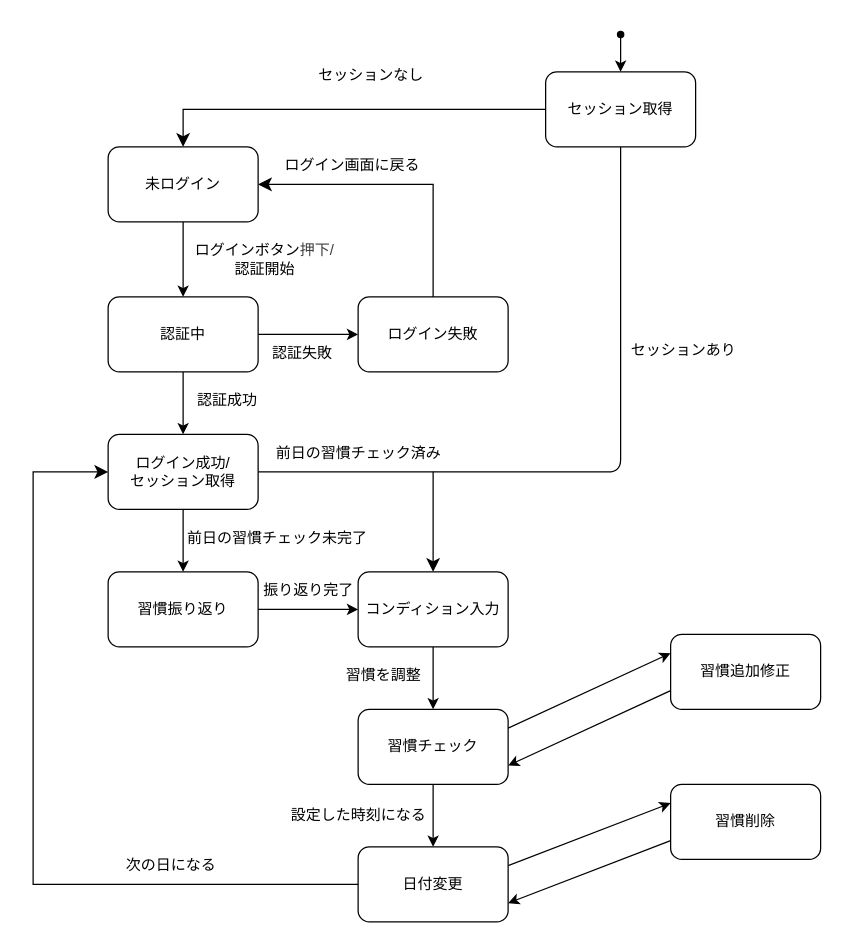
Moku3956/daily-routine keeps this draw.io diagram as docs/state.drawio. Above is the earlier version. Source tidied: cells renumbered, new cells numbered last; positions are measured from the earlier drawing's top-left corner, leaving out a move shared by most shapes. Both pictures are drawn from the tidied source at 125%, with x=0, y=0 at pixel (32, 21).
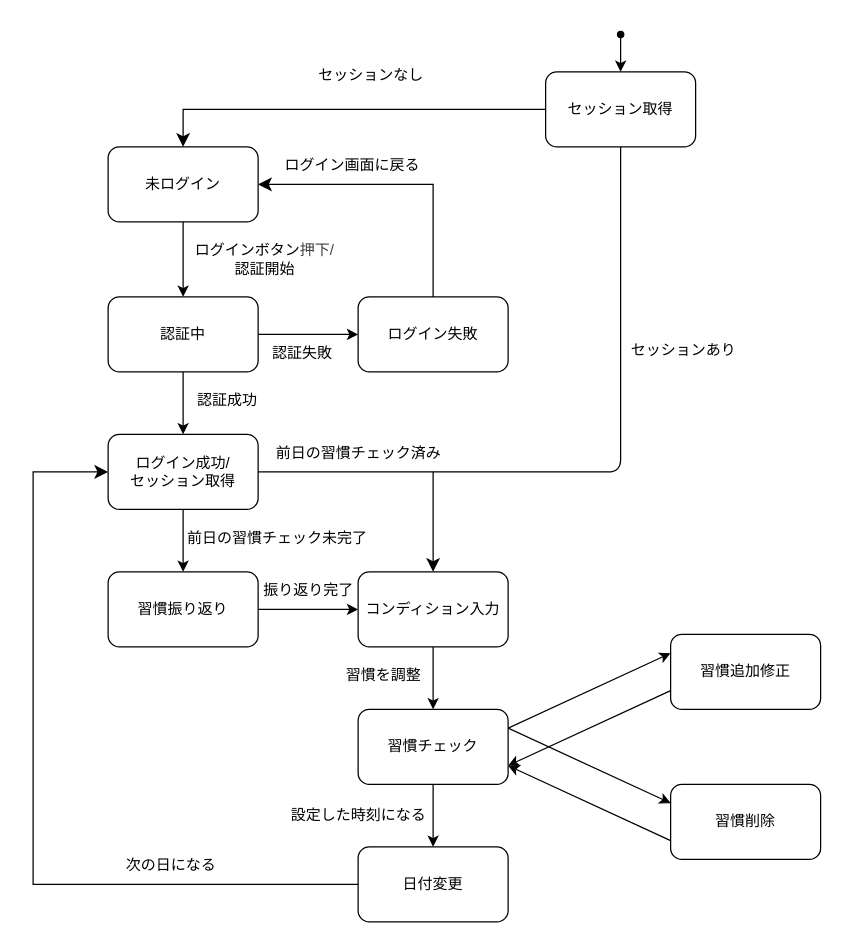
Above is the later version.

Commit message (it also covers changes not shown here):
sequence diagram

Unchanged cells that the change refers to:
```xml
<mxCell id="26" value="習慣チェック" style="rounded=1;whiteSpace=wrap;html=1;" parent="1" vertex="1">
  <mxGeometry x="260" y="550" width="120" height="60" as="geometry" />
</mxCell>
<mxCell id="29" value="日付変更" style="whiteSpace=wrap;html=1;rounded=1;" parent="1" vertex="1">
  <mxGeometry x="260" y="660" width="120" height="60" as="geometry" />
</mxCell>
<mxCell id="40" value="習慣削除" style="rounded=1;whiteSpace=wrap;html=1;" parent="1" vertex="1">
  <mxGeometry x="510" y="610" width="120" height="60" as="geometry" />
</mxCell>
```

The edit, as a diff of the source:
```diff
@@
-    <mxCell id="28" style="edgeStyle=none;html=1;exitX=1;exitY=0.25;exitDx=0;exitDy=0;entryX=0;entryY=0.25;entryDx=0;entryDy=0;" parent="1" edge="1" source="29" target="40">
+    <mxCell id="28" style="edgeStyle=none;html=1;exitX=1;exitY=0.25;exitDx=0;exitDy=0;entryX=0;entryY=0.25;entryDx=0;entryDy=0;" parent="1" edge="1" source="26" target="40">
       <mxGeometry relative="1" as="geometry" />
     </mxCell>
@@
-    <mxCell id="39" style="edgeStyle=none;html=1;exitX=0;exitY=0.75;exitDx=0;exitDy=0;entryX=1;entryY=0.75;entryDx=0;entryDy=0;" parent="1" edge="1" source="40" target="29">
+    <mxCell id="39" style="edgeStyle=none;html=1;exitX=0;exitY=0.75;exitDx=0;exitDy=0;entryX=1;entryY=0.75;entryDx=0;entryDy=0;" parent="1" edge="1" source="40" target="26">
       <mxGeometry relative="1" as="geometry" />
     </mxCell>
```
